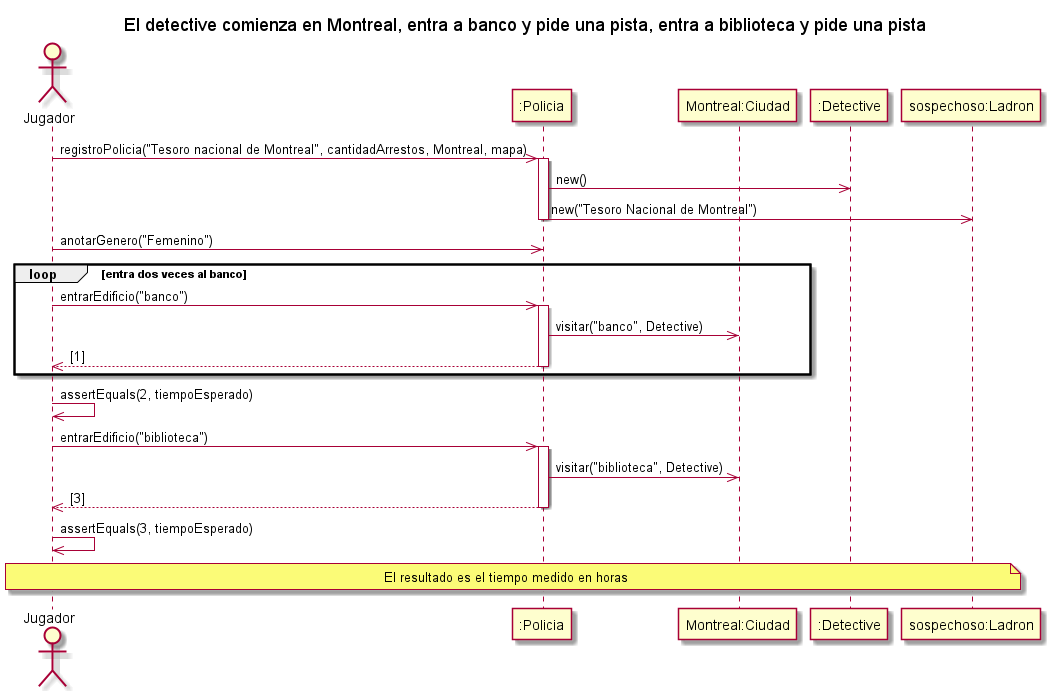
The PlantUML diagram diagrams/sequences/entrega1/DS_DetectiveEntraABancoYBibliotecaYPidePistas.png in kmu01/Algo3_tp2, before a commit.
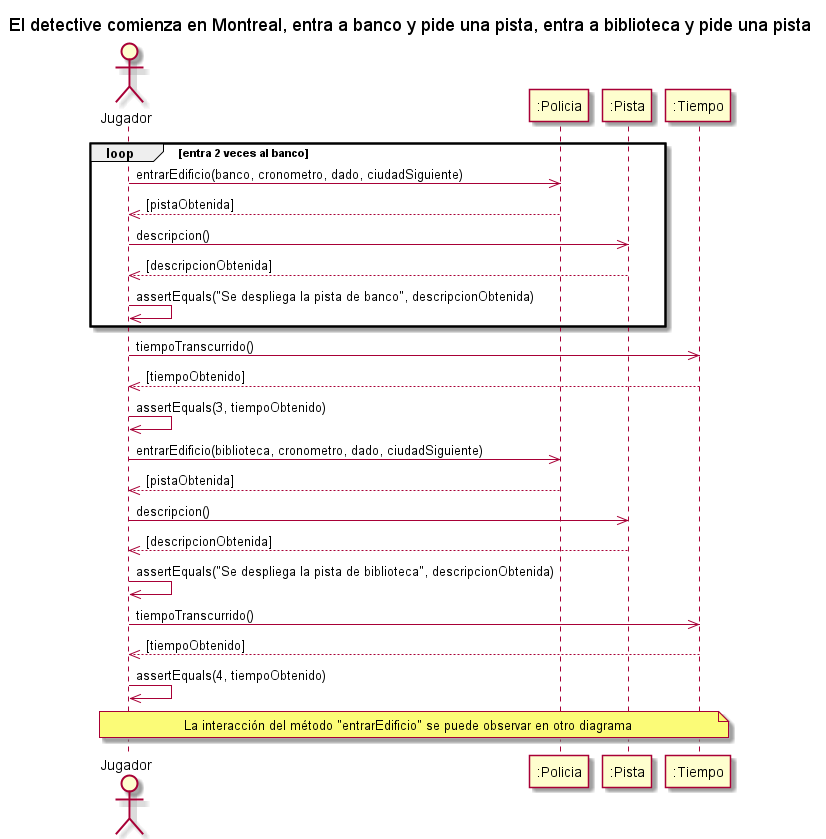
Above is the later version.

The edit, as a diff of the source:
```diff
@@ -3,30 +3,31 @@
 
 actor "Jugador" as AlgoThief
 participant ":Policia" as Policia
-participant "Montreal:Ciudad" as Ciudad
-participant ":Detective" as Grado
-participant "sospechoso:Ladron" as Ladron
+participant ":Pista" as Pista
+participant ":Tiempo" as Tiempo
+loop entra 2 veces al banco
+AlgoThief ->> Policia : entrarEdificio(banco, cronometro, dado, ciudadSiguiente)
+return[pistaObtenida]
 
+AlgoThief ->> Pista : descripcion()
+return[descripcionObtenida]
 
-AlgoThief ->> Policia : registroPolicia("Tesoro nacional de Montreal", cantidadArrestos, Montreal, mapa)
-activate Policia
-Policia ->> Grado : new()
-Policia ->> Ladron : new("Tesoro Nacional de Montreal")
-deactivate Policia
-AlgoThief ->> Policia : anotarGenero("Femenino")
-loop entra dos veces al banco
-AlgoThief ->> Policia : entrarEdificio("banco")
-activate Policia
-Policia ->> Ciudad : visitar("banco", Detective)
-return [1]
+AlgoThief ->> AlgoThief : assertEquals("Se despliega la pista de banco", descripcionObtenida)
 end
-deactivate Policia
-AlgoThief ->> AlgoThief : assertEquals(2, tiempoEsperado)
-AlgoThief ->> Policia : entrarEdificio("biblioteca")
-activate Policia
-Policia ->> Ciudad : visitar("biblioteca", Detective)
-return [3]
-deactivate Policia
-AlgoThief ->> AlgoThief : assertEquals(3, tiempoEsperado)
-note across: El resultado es el tiempo medido en horas
+AlgoThief ->> Tiempo : tiempoTranscurrido()
+return[tiempoObtenido]
+
+AlgoThief ->> AlgoThief : assertEquals(3, tiempoObtenido)
+AlgoThief ->> Policia : entrarEdificio(biblioteca, cronometro, dado, ciudadSiguiente)
+return[pistaObtenida]
+
+AlgoThief ->> Pista : descripcion()
+return[descripcionObtenida]
+AlgoThief ->> AlgoThief : assertEquals("Se despliega la pista de biblioteca", descripcionObtenida)
+AlgoThief ->> Tiempo : tiempoTranscurrido()
+return[tiempoObtenido]
+
+AlgoThief ->> AlgoThief : assertEquals(4, tiempoObtenido)
+note across: La interacción del método "entrarEdificio" se puede observar en otro diagrama
+
 @enduml
```
